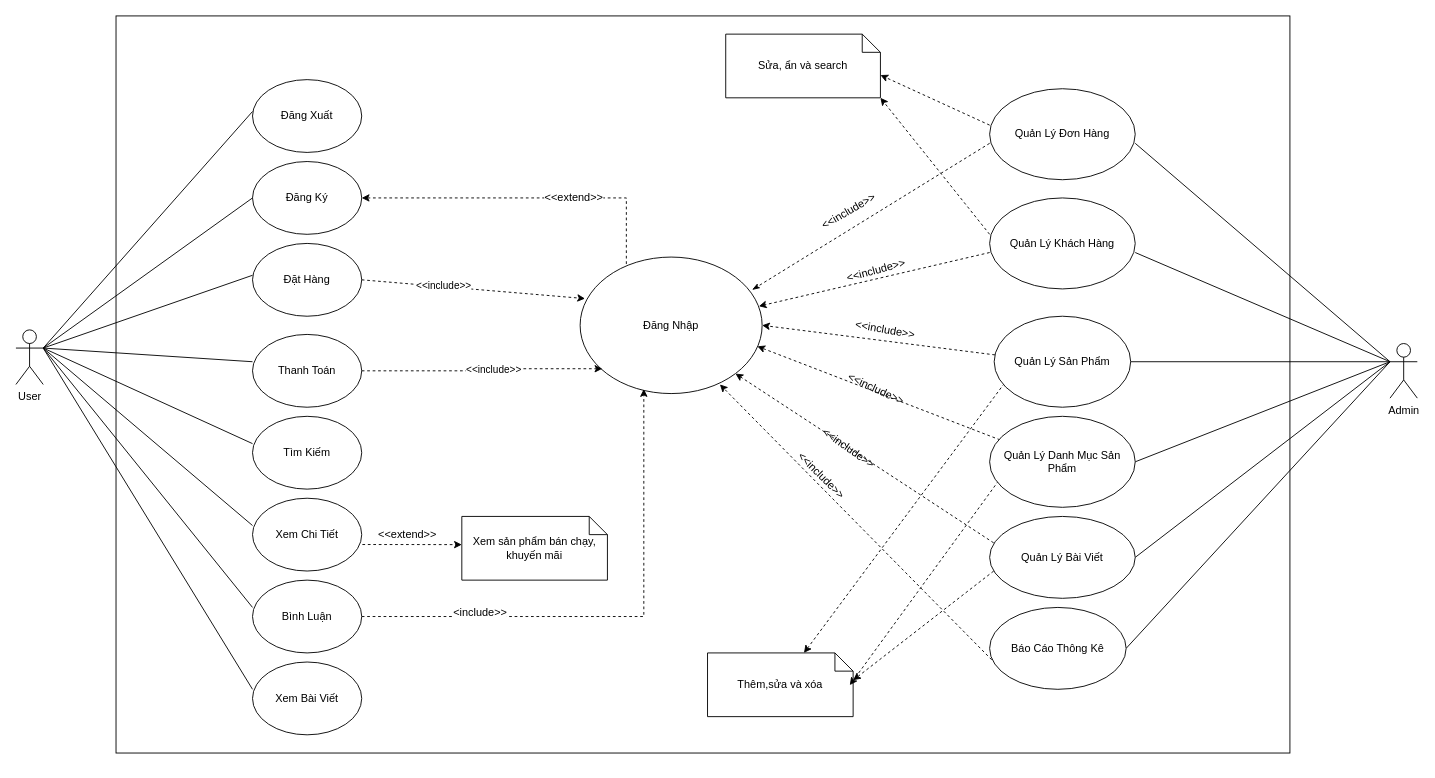
Before: Use case.drawio in Blion00/Blion00, a draw.io diagram. Source tidied: cells renumbered, new cells numbered last; positions are measured from the earlier drawing's top-left corner, leaving out a move shared by most shapes. Both pictures are drawn from the tidied source at 91%, with x=0, y=0 at pixel (15, 15).
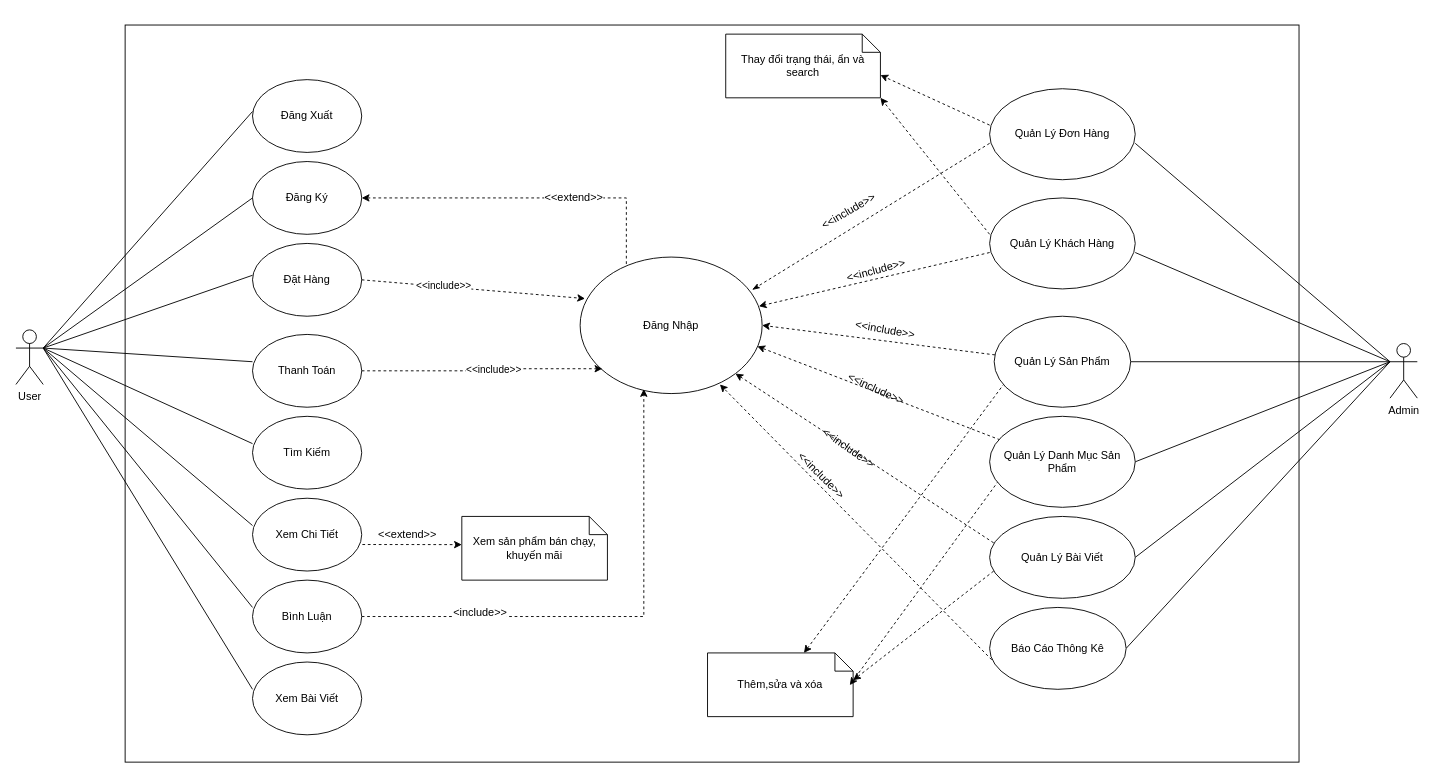
The same diagram, later.

The edit, as a diff of the source:
```diff
@@
-    <mxCell id="23" value="&lt;font style=&quot;font-size: 12px;&quot;&gt;Sửa, ẩn và search&lt;/font&gt;" style="shape=note;size=20;whiteSpace=wrap;html=1;" parent="1" vertex="1">
+    <mxCell id="23" value="&lt;font style=&quot;font-size: 12px;&quot;&gt;Thay đổi trạng thái, ẩn và search&lt;/font&gt;" style="shape=note;size=20;whiteSpace=wrap;html=1;" parent="1" vertex="1">
       <mxGeometry x="780" y="20" width="170" height="70" as="geometry" />
     </mxCell>
@@
-    <mxCell id="63" style="rounded=0;whiteSpace=wrap;html=1;fillColor=none;" parent="1" vertex="1">
-      <mxGeometry x="110" width="1290" height="810" as="geometry" />
-    </mxCell>
+    <mxCell id="64" style="rounded=0;whiteSpace=wrap;html=1;fillColor=none;" parent="1" vertex="1">
+      <mxGeometry x="120" y="10" width="1290" height="810" as="geometry" />
+    </mxCell>
```
